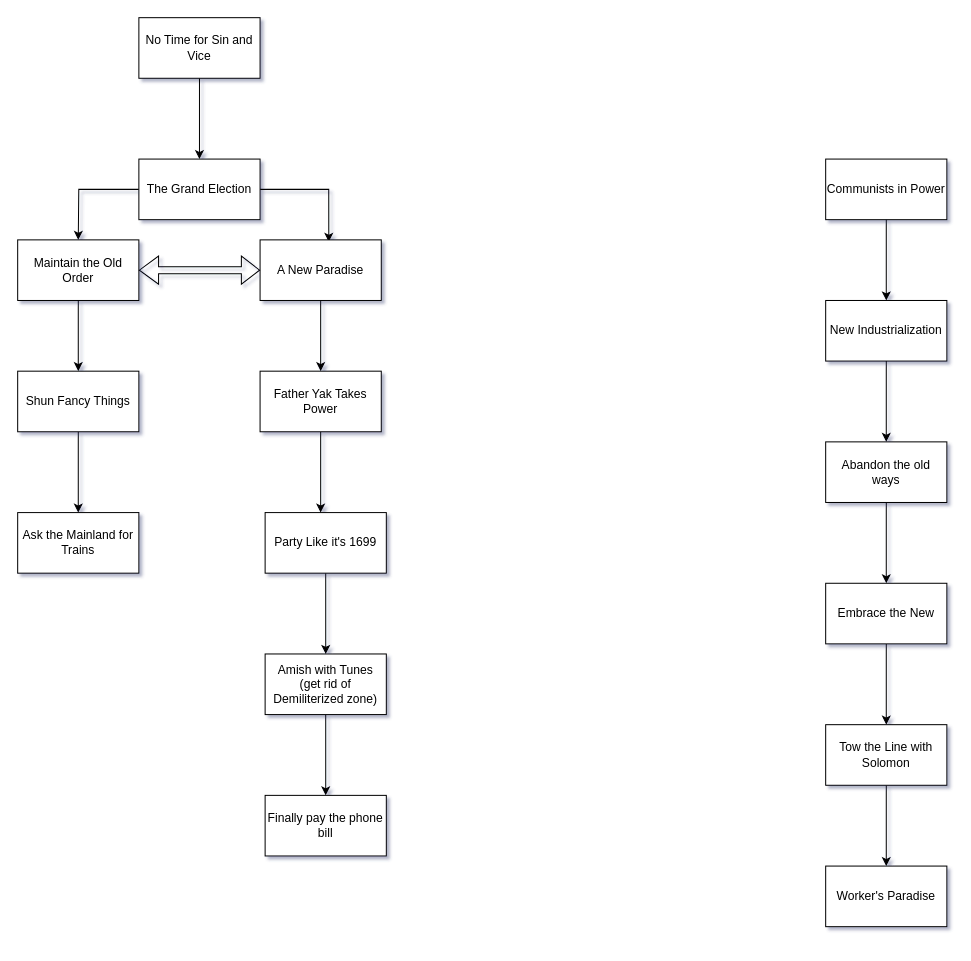
LoganLittle/NapoleonicWarsHOI4DEV keeps this draw.io diagram as NapoleonicDEV/Store anything here/Focus Trees/French Focus Tree.drawio. Above is the earlier version. Source tidied: cells renumbered, new cells numbered last; positions are measured from the earlier drawing's top-left corner, leaving out a move shared by most shapes. Both pictures are drawn from the tidied source at 101%, with x=0, y=0 at pixel (17, 17).
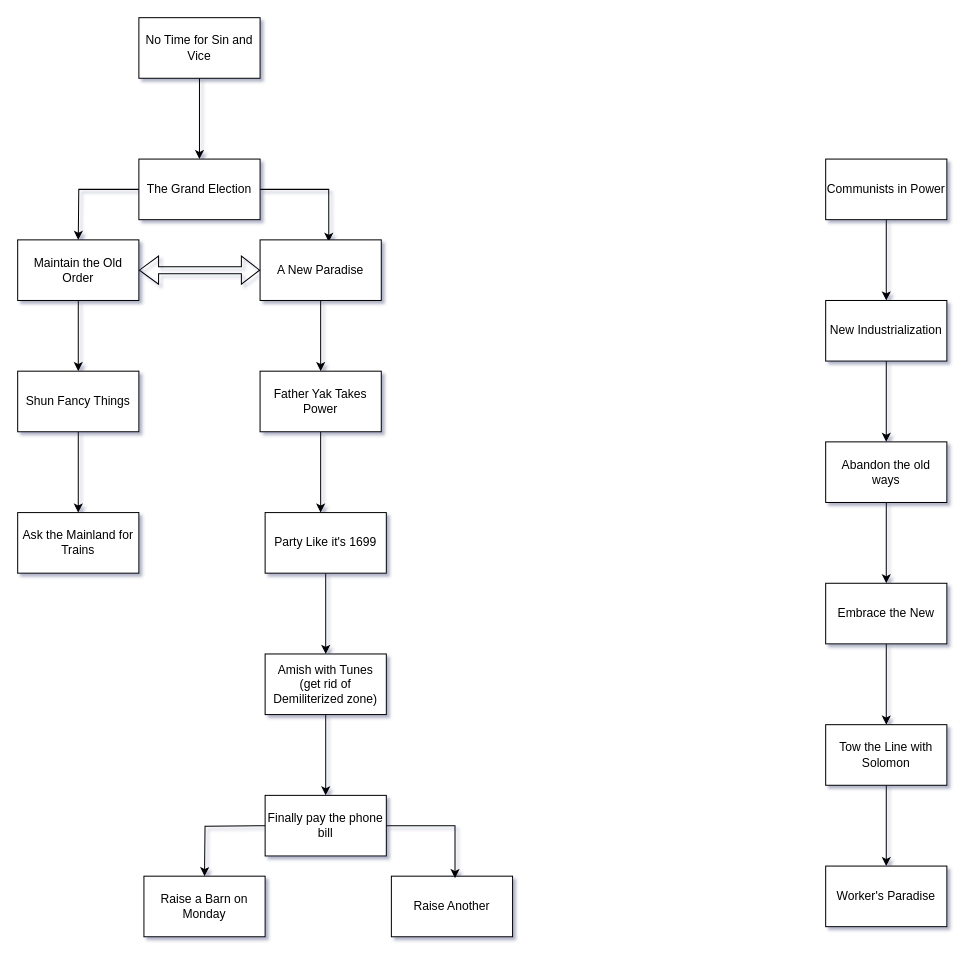
After the change.

Commit message:
North Rohendia Focus Tree.drawio

What changed in the source:
```diff
@@
+    <mxCell id="33" value="Raise a Barn on Monday" style="whiteSpace=wrap;html=1;rounded=0;" parent="1" vertex="1">
+      <mxGeometry x="125" y="850" width="120" height="60" as="geometry" />
+    </mxCell>
+    <mxCell id="34" value="Raise Another" style="whiteSpace=wrap;html=1;rounded=0;" parent="1" vertex="1">
+      <mxGeometry x="370" y="850" width="120" height="60" as="geometry" />
+    </mxCell>
+    <mxCell id="35" style="edgeStyle=orthogonalEdgeStyle;rounded=0;orthogonalLoop=1;jettySize=auto;html=1;entryX=0.567;entryY=0.033;entryDx=0;entryDy=0;entryPerimeter=0;" parent="1" edge="1">
+      <mxGeometry relative="1" as="geometry">
+        <mxPoint x="365" y="800" as="sourcePoint" />
+        <mxPoint x="433" y="852" as="targetPoint" />
+        <Array as="points">
+          <mxPoint x="433" y="800" />
+        </Array>
+      </mxGeometry>
+    </mxCell>
+    <mxCell id="36" style="edgeStyle=orthogonalEdgeStyle;rounded=0;orthogonalLoop=1;jettySize=auto;html=1;" parent="1" edge="1">
+      <mxGeometry relative="1" as="geometry">
+        <mxPoint x="245" y="800" as="sourcePoint" />
+        <mxPoint x="185" y="850" as="targetPoint" />
+      </mxGeometry>
+    </mxCell>
```
